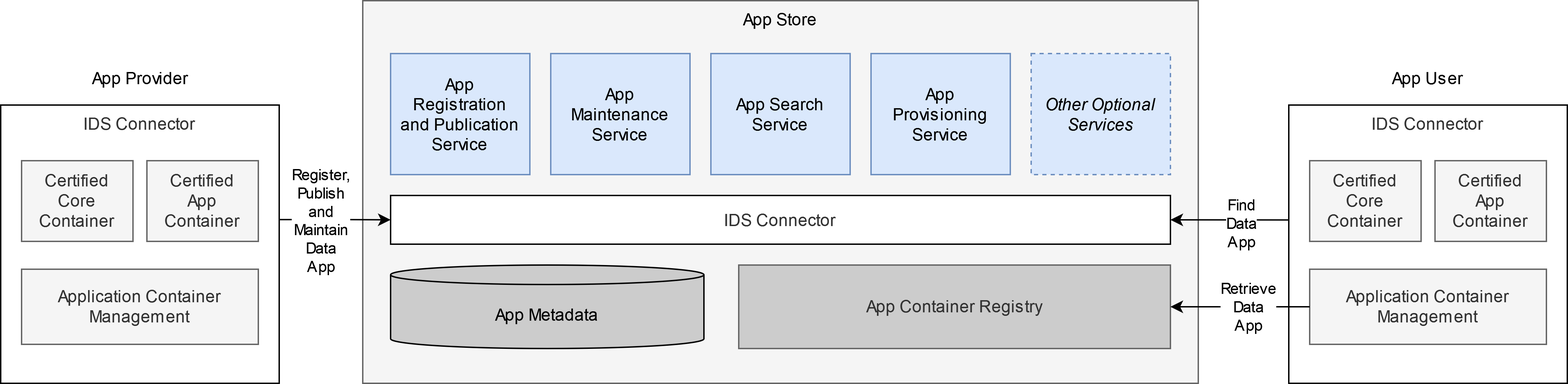
This is documentation/3_Layers_of_the_Reference_Architecture_Model/3_5_System_Layer/media/app-store-architecture.png from International-Data-Spaces-Association/IDS-RAM_4_0, a draw.io export, as it was before one commit. Source tidied: cells renumbered, new cells last; positions are measured from the earlier drawing's top-left corner, leaving out a move shared by most shapes.
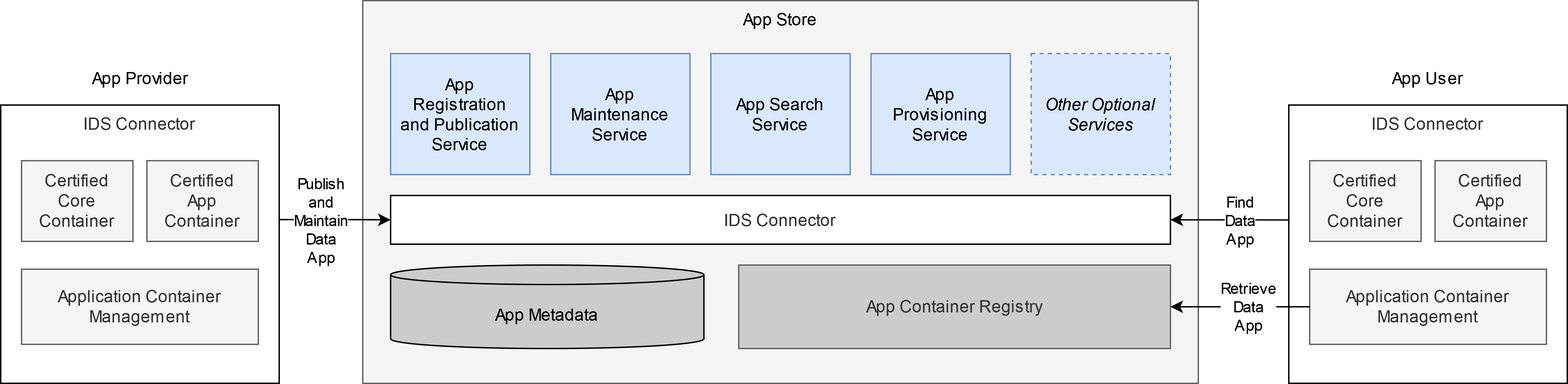
The same diagram one commit later.

Commit message:
minor update to app store architecture

The edit, as a diff of the source:
```diff
@@ -30,7 +30,7 @@
       <mxGeometry x="280" y="190" width="225" height="60" as="geometry" />
     </mxCell>
     <mxCell id="11" value="&lt;div&gt;Find&lt;/div&gt;&lt;div&gt;Data&lt;/div&gt;&lt;div&gt;App&lt;/div&gt;" style="rounded=0;jettySize=auto;html=1;entryX=1;entryY=0.5;entryDx=0;entryDy=0;exitX=0.001;exitY=0.413;exitDx=0;exitDy=0;exitPerimeter=0;" parent="1" edge="1" source="17" target="4">
-      <mxGeometry x="-0.2" y="2" relative="1" as="geometry" />
+      <mxGeometry x="-0.17" relative="1" as="geometry" />
     </mxCell>
     <mxCell id="12" value="App User" style="text;html=1;align=center;verticalAlign=middle;whiteSpace=wrap;rounded=0;fillColor=default;" parent="1" vertex="1">
       <mxGeometry x="995" y="41" width="60" height="30" as="geometry" />
@@ -43,7 +43,7 @@
         <mxPoint x="200.4" y="157.3" as="sourcePoint" />
       </mxGeometry>
     </mxCell>
-    <mxCell id="15" value="&lt;div&gt;Register,&lt;/div&gt;&lt;div&gt;Publish&lt;/div&gt;&lt;div&gt;and&lt;/div&gt;&lt;div&gt;Maintain&lt;/div&gt;&lt;div&gt;Data&lt;/div&gt;&lt;div&gt;App&lt;br&gt;&lt;/div&gt;" style="edgeLabel;html=1;align=center;verticalAlign=middle;" parent="14" vertex="1">
+    <mxCell id="15" value="&lt;div&gt;Publish&lt;/div&gt;&lt;div&gt;and&lt;/div&gt;&lt;div&gt;Maintain&lt;/div&gt;&lt;div&gt;Data&lt;/div&gt;&lt;div&gt;App&lt;br&gt;&lt;/div&gt;" style="edgeLabel;html=1;align=center;verticalAlign=middle;" parent="14" vertex="1">
       <mxGeometry x="-0.19" y="-1" relative="1" as="geometry">
         <mxPoint x="-3" y="-1" as="offset" />
       </mxGeometry>
```
